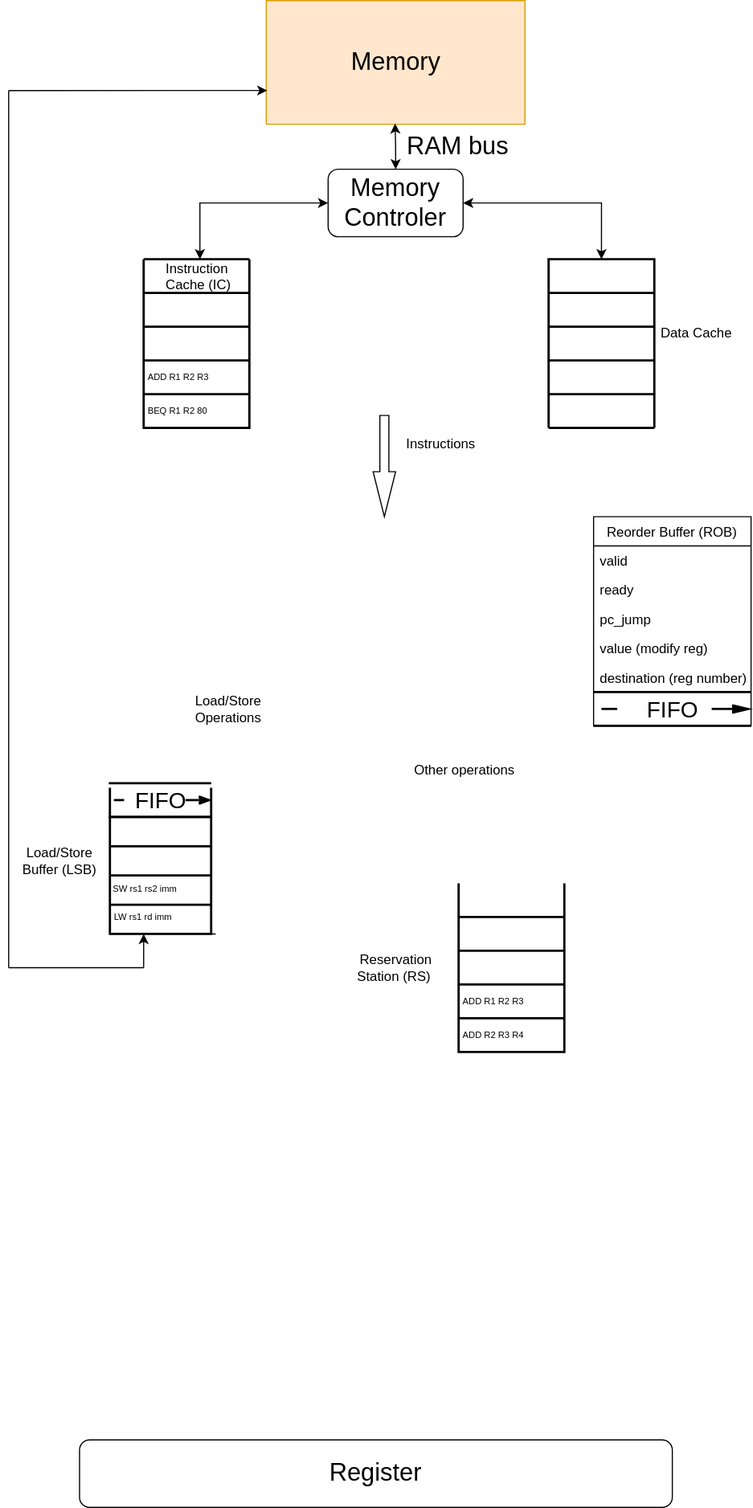
Earlier version of the draw.io export design.svg (Vexoben/RISCV-CPU-for-Course). Source tidied: cells renumbered, new cells last; positions are measured from the earlier drawing's top-left corner, leaving out a move shared by most shapes.
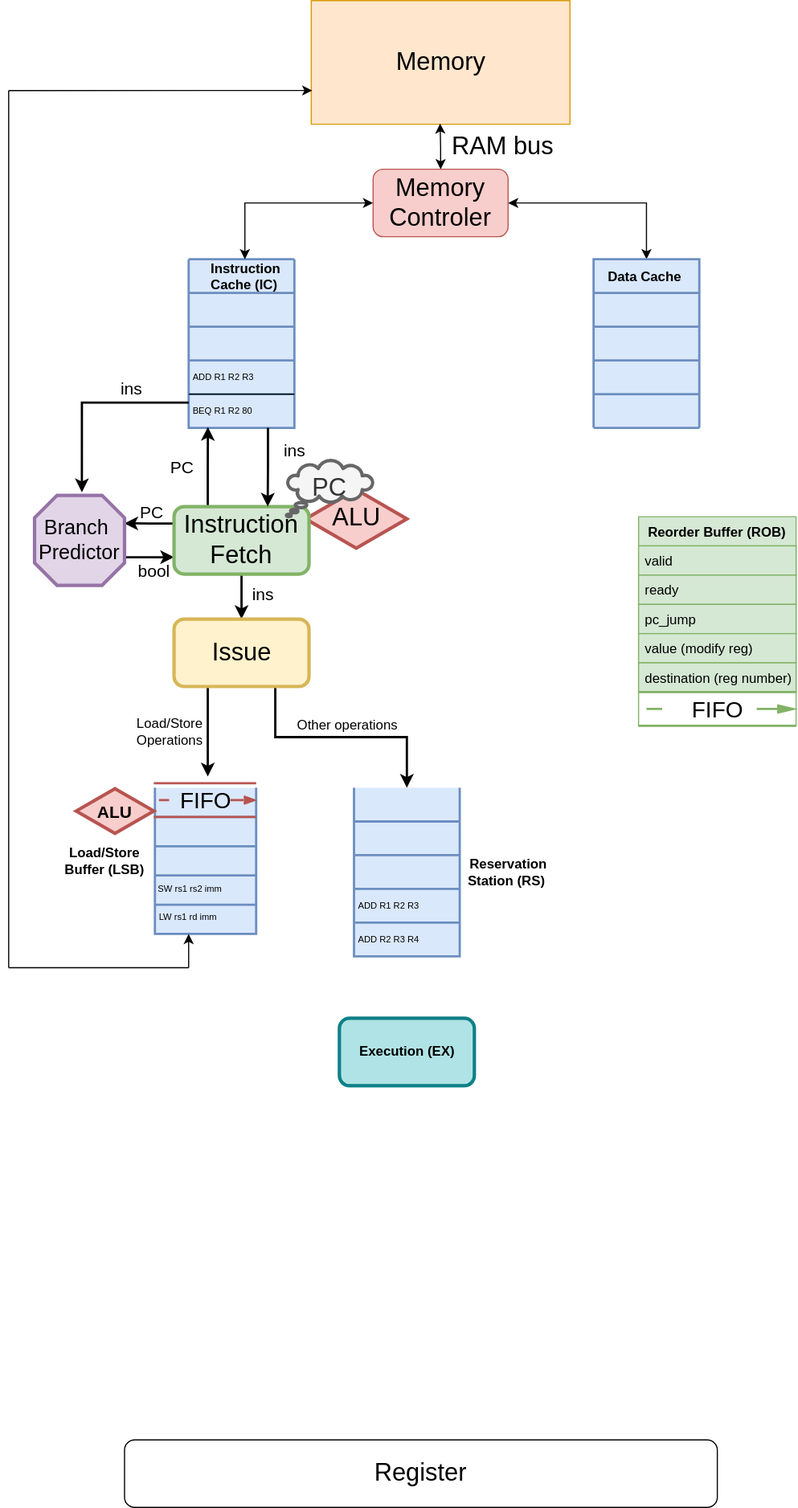
After the change.

The edit, as a diff of the source:
```diff
@@ -4,3 +4,6 @@
     <mxCell id="1" parent="0" />
+    <mxCell id="46" style="html=1;whiteSpace=wrap;shape=isoRectangle;labelBackgroundColor=#DAE8FC;strokeWidth=3;fontSize=22;fillColor=#f8cecc;strokeColor=#b85450;" parent="1" vertex="1">
+      <mxGeometry x="224" y="433.9" width="90" height="54" as="geometry" />
+    </mxCell>
-    <mxCell id="2" style="strokeWidth=2;html=1;shape=mxgraph.lean_mapping.data_box;html=1;rotation=-180;" parent="1" vertex="1">
+    <mxCell id="2" style="strokeWidth=2;html=1;shape=mxgraph.lean_mapping.data_box;html=1;rotation=-180;fillColor=#dae8fc;strokeColor=#6c8ebf;" parent="1" vertex="1">
       <mxGeometry x="120" y="230" width="94" height="150" as="geometry" />
@@ -16,33 +19,27 @@
     </mxCell>
-    <mxCell id="6" value="Instruction&#10;Cache (IC)&#10;" style="text;strokeColor=none;fillColor=none;align=left;verticalAlign=middle;spacingLeft=4;spacingRight=4;overflow=hidden;points=[[0,0.5],[1,0.5]];portConstraint=eastwest;" parent="2" vertex="1">
+    <mxCell id="6" value="Instruction&#10;Cache (IC)&#10;" style="text;strokeColor=none;fillColor=none;align=left;verticalAlign=middle;spacingLeft=4;spacingRight=4;overflow=hidden;points=[[0,0.5],[1,0.5]];portConstraint=eastwest;fontStyle=1;" parent="2" vertex="1">
       <mxGeometry x="14" width="80" height="30" as="geometry" />
     </mxCell>
-    <mxCell id="7" style="endArrow=none;html=1;rounded=0;strokeWidth=2;fontSize=22;exitX=1;exitY=1;exitDx=0;exitDy=0;entryX=1;entryY=-0.002;entryDx=0;entryDy=0;entryPerimeter=0;" parent="2" edge="1" source="2" target="6">
+    <mxCell id="7" style="endArrow=none;html=1;rounded=0;strokeWidth=2;fontSize=22;exitX=1;exitY=1;exitDx=0;exitDy=0;entryX=1;entryY=-0.002;entryDx=0;entryDy=0;entryPerimeter=0;strokeColor=#6C8EBF;" parent="2" edge="1" source="2" target="6">
       <mxGeometry relative="1" as="geometry" />
     </mxCell>
-    <mxCell id="8" style="html=1;shadow=0;dashed=0;align=center;verticalAlign=middle;shape=mxgraph.arrows2.arrow;dy=0.6;dx=40;direction=south;notch=0;" parent="1" vertex="1">
-      <mxGeometry x="324" y="368.9" width="20" height="90" as="geometry" />
-    </mxCell>
-    <mxCell id="9" value="Instructions" style="text;html=1;align=center;verticalAlign=middle;strokeColor=none;fillColor=none;" parent="1" vertex="1">
-      <mxGeometry x="344" y="380" width="80" height="30" as="geometry" />
-    </mxCell>
-    <mxCell id="10" value="Reorder Buffer (ROB)" style="swimlane;fontStyle=0;horizontal=1;startSize=26;fillColor=none;" parent="1" vertex="1">
+    <mxCell id="10" value="Reorder Buffer (ROB)" style="swimlane;fontStyle=1;horizontal=1;startSize=26;fillColor=#d5e8d4;strokeColor=#82b366;" parent="1" vertex="1">
       <mxGeometry x="520" y="458.9" width="140" height="186" as="geometry" />
     </mxCell>
-    <mxCell id="11" value="valid" style="text;strokeColor=none;fillColor=none;align=left;verticalAlign=top;spacingLeft=4;spacingRight=4;overflow=hidden;" parent="10" vertex="1">
+    <mxCell id="11" value="valid" style="text;strokeColor=#82b366;fillColor=#d5e8d4;align=left;verticalAlign=top;spacingLeft=4;spacingRight=4;overflow=hidden;" parent="10" vertex="1">
       <mxGeometry y="26" width="140" height="26" as="geometry" />
     </mxCell>
-    <mxCell id="12" value="ready" style="text;strokeColor=none;fillColor=none;align=left;verticalAlign=top;spacingLeft=4;spacingRight=4;overflow=hidden;" parent="10" vertex="1">
+    <mxCell id="12" value="ready" style="text;strokeColor=#82b366;fillColor=#d5e8d4;align=left;verticalAlign=top;spacingLeft=4;spacingRight=4;overflow=hidden;" parent="10" vertex="1">
       <mxGeometry y="52" width="140" height="26" as="geometry" />
     </mxCell>
-    <mxCell id="13" value="pc_jump" style="text;strokeColor=none;fillColor=none;align=left;verticalAlign=top;spacingLeft=4;spacingRight=4;overflow=hidden;" parent="10" vertex="1">
+    <mxCell id="13" value="pc_jump" style="text;strokeColor=#82b366;fillColor=#d5e8d4;align=left;verticalAlign=top;spacingLeft=4;spacingRight=4;overflow=hidden;" parent="10" vertex="1">
       <mxGeometry y="78" width="140" height="26" as="geometry" />
     </mxCell>
-    <mxCell id="14" value="value (modify reg)" style="text;strokeColor=none;fillColor=none;align=left;verticalAlign=top;spacingLeft=4;spacingRight=4;overflow=hidden;" parent="10" vertex="1">
+    <mxCell id="14" value="value (modify reg)" style="text;strokeColor=#82b366;fillColor=#d5e8d4;align=left;verticalAlign=top;spacingLeft=4;spacingRight=4;overflow=hidden;" parent="10" vertex="1">
       <mxGeometry y="104" width="140" height="26" as="geometry" />
     </mxCell>
-    <mxCell id="15" value="destination (reg number)" style="text;strokeColor=none;fillColor=none;align=left;verticalAlign=top;spacingLeft=4;spacingRight=4;overflow=hidden;" parent="10" vertex="1">
+    <mxCell id="15" value="destination (reg number)" style="text;strokeColor=#82b366;fillColor=#d5e8d4;align=left;verticalAlign=top;spacingLeft=4;spacingRight=4;overflow=hidden;" parent="10" vertex="1">
       <mxGeometry y="130" width="140" height="26" as="geometry" />
     </mxCell>
-    <mxCell id="16" value="FIFO" style="strokeWidth=2;html=1;shape=mxgraph.lean_mapping.fifo_sequence_flow;fontStyle=0;fontSize=20;align=center;" parent="10" vertex="1">
+    <mxCell id="16" value="FIFO" style="strokeWidth=2;html=1;shape=mxgraph.lean_mapping.fifo_sequence_flow;fontStyle=0;fontSize=20;align=center;fillColor=#d5e8d4;strokeColor=#82b366;" parent="10" vertex="1">
       <mxGeometry y="156" width="140" height="30" as="geometry" />
@@ -55,6 +52,6 @@
     </mxCell>
-    <mxCell id="19" style="strokeWidth=2;html=1;shape=mxgraph.lean_mapping.data_box;html=1;rotation=-180;" parent="1" vertex="1">
+    <mxCell id="19" style="strokeWidth=2;html=1;shape=mxgraph.lean_mapping.data_box;html=1;rotation=-180;fillColor=#dae8fc;strokeColor=#6c8ebf;" parent="1" vertex="1">
       <mxGeometry x="90" y="700" width="90" height="130" as="geometry" />
     </mxCell>
-    <mxCell id="20" value="Load/Store&lt;br&gt;Buffer (LSB)" style="text;html=1;align=center;verticalAlign=middle;strokeColor=none;fillColor=none;" parent="1" vertex="1">
+    <mxCell id="20" value="Load/Store&lt;br&gt;Buffer (LSB)" style="text;html=1;align=center;verticalAlign=middle;strokeColor=none;fillColor=none;fontStyle=1;" parent="1" vertex="1">
       <mxGeometry y="745" width="90" height="40" as="geometry" />
@@ -64,4 +61,6 @@
     </mxCell>
-    <mxCell id="22" style="endArrow=none;html=1;rounded=0;entryX=1;entryY=1;entryDx=0;entryDy=0;exitX=0;exitY=1;exitDx=0;exitDy=0;" parent="1" edge="1" source="21" target="21">
-      <mxGeometry relative="1" as="geometry" />
+    <mxCell id="22" style="endArrow=none;html=1;rounded=0;exitX=0;exitY=1;exitDx=0;exitDy=0;strokeColor=#6C8EBF;" parent="1" edge="1" source="21">
+      <mxGeometry relative="1" as="geometry">
+        <mxPoint x="180" y="830" as="targetPoint" />
+      </mxGeometry>
     </mxCell>
@@ -72,3 +71,3 @@
       <mxGeometry relative="1" as="geometry">
-        <mxPoint y="860" as="sourcePoint" />
+        <mxPoint x="-40" y="860" as="sourcePoint" />
         <mxPoint x="120" y="860" as="targetPoint" />
@@ -78,4 +77,7 @@
       <mxGeometry relative="1" as="geometry">
-        <mxPoint y="860" as="sourcePoint" />
-        <mxPoint y="80" as="targetPoint" />
+        <mxPoint x="-40" y="860" as="sourcePoint" />
+        <mxPoint x="-40" y="80" as="targetPoint" />
+        <Array as="points">
+          <mxPoint x="-40" y="470" />
+        </Array>
       </mxGeometry>
@@ -84,3 +86,3 @@
       <mxGeometry relative="1" as="geometry">
-        <mxPoint y="80" as="sourcePoint" />
+        <mxPoint x="-40" y="80" as="sourcePoint" />
       </mxGeometry>
@@ -93,5 +95,8 @@
     </mxCell>
-    <mxCell id="28" style="strokeWidth=2;html=1;shape=mxgraph.lean_mapping.data_box;html=1;rotation=-180;" parent="1" vertex="1">
-      <mxGeometry x="400" y="785" width="94" height="150" as="geometry" />
+    <mxCell id="28" style="strokeWidth=2;html=1;shape=mxgraph.lean_mapping.data_box;html=1;rotation=-180;fillColor=#dae8fc;strokeColor=#6c8ebf;" parent="1" vertex="1">
+      <mxGeometry x="267" y="700" width="94" height="150" as="geometry" />
     </mxCell>
+    <mxCell id="31" value="ADD R2 R3 R4" style="text;fontSize=8;spacingLeft=2;verticalAlign=middle;html=1;rotation=0;" parent="28" vertex="1">
+      <mxGeometry y="120" width="94" height="30" as="geometry" />
+    </mxCell>
     <mxCell id="29" value="ADD R1 R2 R3" style="text;fontSize=8;spacingLeft=2;verticalAlign=middle;html=1;rotation=0;" parent="28" vertex="1">
@@ -99,16 +104,10 @@
     </mxCell>
-    <mxCell id="30" style="endArrow=none;html=1;rounded=0;entryX=1;entryY=1;entryDx=0;entryDy=0;exitX=0;exitY=1;exitDx=0;exitDy=0;" parent="28" edge="1" source="29" target="29">
-      <mxGeometry relative="1" as="geometry" />
-    </mxCell>
-    <mxCell id="31" value="ADD R2 R3 R4" style="text;fontSize=8;spacingLeft=2;verticalAlign=middle;html=1;rotation=0;" parent="28" vertex="1">
-      <mxGeometry y="120" width="94" height="30" as="geometry" />
-    </mxCell>
-    <mxCell id="32" value="Reservation&lt;br&gt;Station (RS)&amp;nbsp;" style="text;html=1;align=center;verticalAlign=middle;strokeColor=none;fillColor=none;" parent="1" vertex="1">
-      <mxGeometry x="299" y="840" width="90" height="40" as="geometry" />
+    <mxCell id="32" value="Reservation&lt;br&gt;Station (RS)&amp;nbsp;" style="text;html=1;align=center;verticalAlign=middle;strokeColor=none;fillColor=none;fontStyle=1;" parent="1" vertex="1">
+      <mxGeometry x="354" y="755" width="100" height="40" as="geometry" />
     </mxCell>
     <mxCell id="33" value="Load/Store&lt;br&gt;Operations" style="text;html=1;align=center;verticalAlign=middle;strokeColor=none;fillColor=none;" parent="1" vertex="1">
-      <mxGeometry x="155" y="610" width="80" height="40" as="geometry" />
+      <mxGeometry x="63" y="630" width="80" height="40" as="geometry" />
     </mxCell>
     <mxCell id="34" value="Other operations" style="text;html=1;align=center;verticalAlign=middle;strokeColor=none;fillColor=none;" parent="1" vertex="1">
-      <mxGeometry x="350" y="670" width="110" height="30" as="geometry" />
+      <mxGeometry x="206" y="630" width="110" height="30" as="geometry" />
     </mxCell>
@@ -123,6 +122,6 @@
     </mxCell>
-    <mxCell id="38" value="Memory&lt;br&gt;Controler" style="rounded=1;whiteSpace=wrap;html=1;fontSize=22;" parent="1" vertex="1">
+    <mxCell id="38" value="Memory&lt;br&gt;Controler" style="rounded=1;whiteSpace=wrap;html=1;fontSize=22;fillColor=#f8cecc;strokeColor=#b85450;" parent="1" vertex="1">
       <mxGeometry x="284" y="150" width="120" height="60" as="geometry" />
     </mxCell>
-    <mxCell id="39" value="FIFO" style="strokeWidth=2;html=1;shape=mxgraph.lean_mapping.fifo_sequence_flow;fontStyle=0;fontSize=20;align=center;" parent="1" vertex="1">
+    <mxCell id="39" value="FIFO" style="strokeWidth=2;html=1;shape=mxgraph.lean_mapping.fifo_sequence_flow;fontStyle=0;fontSize=20;align=center;fillColor=#f8cecc;strokeColor=#b85450;" parent="1" vertex="1">
       <mxGeometry x="89" y="696" width="91" height="30" as="geometry" />
@@ -135,6 +134,6 @@
     </mxCell>
-    <mxCell id="42" style="strokeWidth=2;html=1;shape=mxgraph.lean_mapping.data_box;html=1;rotation=0;" parent="1" vertex="1">
+    <mxCell id="42" style="strokeWidth=2;html=1;shape=mxgraph.lean_mapping.data_box;html=1;rotation=0;fillColor=#dae8fc;strokeColor=#6c8ebf;" parent="1" vertex="1">
       <mxGeometry x="480" y="230" width="94" height="150" as="geometry" />
     </mxCell>
-    <mxCell id="43" style="endArrow=none;html=1;rounded=0;entryX=1;entryY=1;entryDx=0;entryDy=0;exitX=0;exitY=1;exitDx=0;exitDy=0;" parent="42" edge="1">
+    <mxCell id="43" style="endArrow=none;html=1;rounded=0;entryX=1;entryY=1;entryDx=0;entryDy=0;exitX=0;exitY=1;exitDx=0;exitDy=0;strokeColor=#6C8EBF;" parent="42" edge="1">
       <mxGeometry relative="1" as="geometry">
@@ -144,6 +143,6 @@
     </mxCell>
-    <mxCell id="44" value="Data Cache" style="text;strokeColor=none;fillColor=none;align=left;verticalAlign=middle;spacingLeft=4;spacingRight=4;overflow=hidden;" parent="1" vertex="1">
-      <mxGeometry x="574" y="280" width="80" height="30" as="geometry" />
+    <mxCell id="44" value="Data Cache" style="text;strokeColor=none;fillColor=none;align=left;verticalAlign=middle;spacingLeft=4;spacingRight=4;overflow=hidden;fontStyle=1;" parent="42" vertex="1">
+      <mxGeometry x="7" width="80" height="30" as="geometry" />
     </mxCell>
-    <mxCell id="45" style="endArrow=none;html=1;rounded=0;fontSize=22;exitX=0;exitY=1;exitDx=0;exitDy=0;strokeWidth=2;" parent="1" edge="1" source="42">
+    <mxCell id="45" style="endArrow=none;html=1;rounded=0;fontSize=22;exitX=0;exitY=1;exitDx=0;exitDy=0;strokeWidth=2;strokeColor=#6C8EBF;" parent="1" edge="1" source="42">
       <mxGeometry relative="1" as="geometry">
@@ -152,2 +151,79 @@
     </mxCell>
+    <mxCell id="47" style="edgeStyle=orthogonalEdgeStyle;rounded=0;jettySize=auto;html=1;exitX=0.25;exitY=0;exitDx=0;exitDy=0;entryX=0.182;entryY=0.973;entryDx=0;entryDy=0;entryPerimeter=0;strokeWidth=2;fontSize=22;startArrow=none;startFill=0;" parent="1" edge="1" source="51" target="5">
+      <mxGeometry relative="1" as="geometry" />
+    </mxCell>
+    <mxCell id="48" style="edgeStyle=orthogonalEdgeStyle;rounded=0;jettySize=auto;html=1;exitX=0;exitY=0.25;exitDx=0;exitDy=0;strokeColor=#000000;strokeWidth=2;fontSize=18;startArrow=none;startFill=0;entryX=0.998;entryY=0.311;entryDx=0;entryDy=0;entryPerimeter=0;fontColor=#000000;" parent="1" edge="1" source="51" target="56">
+      <mxGeometry relative="1" as="geometry" />
+    </mxCell>
+    <mxCell id="49" style="edgeStyle=orthogonalEdgeStyle;rounded=0;jettySize=auto;html=1;exitX=0;exitY=0.75;exitDx=0;exitDy=0;entryX=0.997;entryY=0.688;entryDx=0;entryDy=0;entryPerimeter=0;strokeColor=#000000;strokeWidth=2;fontSize=15;fontColor=#000000;startArrow=classic;startFill=1;endArrow=none;endFill=0;" parent="1" edge="1" source="51" target="56">
+      <mxGeometry relative="1" as="geometry" />
+    </mxCell>
+    <mxCell id="50" style="edgeStyle=orthogonalEdgeStyle;rounded=0;jettySize=auto;html=1;exitX=0.5;exitY=1;exitDx=0;exitDy=0;entryX=0.5;entryY=0;entryDx=0;entryDy=0;strokeColor=#000000;strokeWidth=2;fontSize=22;fontColor=#000000;startArrow=none;startFill=0;endArrow=classic;endFill=1;" parent="1" edge="1" source="51" target="64">
+      <mxGeometry relative="1" as="geometry" />
+    </mxCell>
+    <mxCell id="51" value="Instruction&lt;br&gt;Fetch" style="rounded=1;whiteSpace=wrap;html=1;strokeWidth=3;fontSize=22;fillColor=#d5e8d4;strokeColor=#82b366;" parent="1" vertex="1">
+      <mxGeometry x="107" y="450" width="120" height="60" as="geometry" />
+    </mxCell>
+    <mxCell id="52" value="PC" style="whiteSpace=wrap;html=1;shape=mxgraph.basic.cloud_callout;strokeWidth=3;fontSize=22;fillColor=#f5f5f5;fontColor=#333333;strokeColor=#666666;" parent="1" vertex="1">
+      <mxGeometry x="207" y="408.9" width="77" height="50" as="geometry" />
+    </mxCell>
+    <mxCell id="53" style="edgeStyle=orthogonalEdgeStyle;rounded=0;jettySize=auto;html=1;exitX=0.75;exitY=1;exitDx=0;exitDy=0;entryX=0.694;entryY=0;entryDx=0;entryDy=0;entryPerimeter=0;strokeWidth=2;fontSize=22;startArrow=none;startFill=0;" parent="1" edge="1" source="5" target="51">
+      <mxGeometry relative="1" as="geometry" />
+    </mxCell>
+    <mxCell id="54" value="ins" style="text;html=1;align=center;verticalAlign=middle;strokeColor=none;fillColor=none;fontSize=15;" parent="1" vertex="1">
+      <mxGeometry x="194" y="385" width="40" height="30" as="geometry" />
+    </mxCell>
+    <mxCell id="55" value="&lt;font style=&quot;font-size: 15px;&quot;&gt;PC&lt;/font&gt;" style="text;html=1;align=center;verticalAlign=middle;strokeColor=none;fillColor=none;fontSize=22;" parent="1" vertex="1">
+      <mxGeometry x="94" y="393.9" width="40" height="40" as="geometry" />
+    </mxCell>
+    <mxCell id="56" style="verticalLabelPosition=bottom;verticalAlign=top;html=1;shape=mxgraph.basic.polygon;polyCoords=[[0.25,0],[0.75,0],[1,0.25],[1,0.75],[0.75,1],[0.25,1],[0,0.75],[0,0.25]];polyline=0;labelBackgroundColor=#DAE8FC;strokeWidth=3;fontSize=22;fillColor=#e1d5e7;strokeColor=#9673a6;" parent="1" vertex="1">
+      <mxGeometry x="-17" y="440" width="80" height="80" as="geometry" />
+    </mxCell>
+    <mxCell id="57" value="Branch&lt;br style=&quot;font-size: 18px;&quot;&gt;&amp;nbsp;Predictor" style="text;html=1;align=center;verticalAlign=middle;strokeColor=none;fillColor=none;fontSize=18;" parent="1" vertex="1">
+      <mxGeometry x="-30" y="450" width="100" height="60" as="geometry" />
+    </mxCell>
+    <mxCell id="58" value="&lt;font style=&quot;font-size: 15px;&quot;&gt;PC&lt;/font&gt;" style="text;html=1;align=center;verticalAlign=middle;strokeColor=none;fillColor=none;fontSize=22;" parent="1" vertex="1">
+      <mxGeometry x="67" y="433.9" width="40" height="40" as="geometry" />
+    </mxCell>
+    <mxCell id="59" value="bool" style="text;html=1;align=center;verticalAlign=middle;strokeColor=none;fillColor=none;fontSize=15;fontColor=#000000;" parent="1" vertex="1">
+      <mxGeometry x="64" y="492" width="50" height="30" as="geometry" />
+    </mxCell>
+    <mxCell id="60" style="edgeStyle=orthogonalEdgeStyle;rounded=0;jettySize=auto;html=1;exitX=0;exitY=0.25;exitDx=0;exitDy=0;entryX=0.526;entryY=-0.035;entryDx=0;entryDy=0;entryPerimeter=0;strokeColor=#000000;strokeWidth=2;fontSize=15;fontColor=#000000;startArrow=none;startFill=0;endArrow=classic;endFill=1;" parent="1" edge="1" source="5" target="56">
+      <mxGeometry relative="1" as="geometry" />
+    </mxCell>
+    <mxCell id="61" value="ins" style="text;html=1;align=center;verticalAlign=middle;strokeColor=none;fillColor=none;fontSize=15;" parent="1" vertex="1">
+      <mxGeometry x="49" y="330" width="40" height="30" as="geometry" />
+    </mxCell>
+    <mxCell id="62" style="edgeStyle=orthogonalEdgeStyle;rounded=0;jettySize=auto;html=1;exitX=0.25;exitY=1;exitDx=0;exitDy=0;strokeColor=#000000;strokeWidth=2;fontSize=22;fontColor=#000000;startArrow=none;startFill=0;endArrow=classic;endFill=1;" parent="1" edge="1" source="64">
+      <mxGeometry relative="1" as="geometry">
+        <mxPoint x="137" y="690" as="targetPoint" />
+      </mxGeometry>
+    </mxCell>
+    <mxCell id="63" style="edgeStyle=orthogonalEdgeStyle;rounded=0;jettySize=auto;html=1;exitX=0.75;exitY=1;exitDx=0;exitDy=0;entryX=0.5;entryY=1;entryDx=0;entryDy=0;strokeColor=#000000;strokeWidth=2;fontSize=22;fontColor=#000000;startArrow=none;startFill=0;endArrow=classic;endFill=1;" parent="1" edge="1" source="64" target="28">
+      <mxGeometry relative="1" as="geometry" />
+    </mxCell>
+    <mxCell id="64" style="rounded=1;whiteSpace=wrap;html=1;labelBackgroundColor=#DAE8FC;strokeWidth=3;fontSize=22;fillColor=#fff2cc;strokeColor=#d6b656;" parent="1" vertex="1">
+      <mxGeometry x="107" y="550" width="120" height="60" as="geometry" />
+    </mxCell>
+    <mxCell id="65" value="Issue" style="text;html=1;align=center;verticalAlign=middle;strokeColor=none;fillColor=none;fontSize=22;fontColor=#000000;" parent="1" vertex="1">
+      <mxGeometry x="127" y="560" width="80" height="40" as="geometry" />
+    </mxCell>
+    <mxCell id="66" value="ins" style="text;html=1;align=center;verticalAlign=middle;strokeColor=none;fillColor=none;fontSize=15;" parent="1" vertex="1">
+      <mxGeometry x="166" y="513" width="40" height="30" as="geometry" />
+    </mxCell>
+    <mxCell id="67" value="ALU" style="text;html=1;align=center;verticalAlign=middle;strokeColor=none;fillColor=none;fontSize=22;fontColor=#000000;" parent="1" vertex="1">
+      <mxGeometry x="234" y="440" width="70" height="40" as="geometry" />
+    </mxCell>
+    <mxCell id="68" style="html=1;whiteSpace=wrap;shape=isoRectangle;labelBackgroundColor=#DAE8FC;strokeWidth=3;fontSize=22;fillColor=#f8cecc;strokeColor=#b85450;" parent="1" vertex="1">
+      <mxGeometry x="20" y="700" width="69" height="41.4" as="geometry" />
+    </mxCell>
+    <mxCell id="69" value="ALU" style="text;html=1;align=center;verticalAlign=middle;strokeColor=none;fillColor=none;fontSize=15;fontColor=#000000;fontStyle=1;" parent="1" vertex="1">
+      <mxGeometry x="29" y="705.7" width="50" height="30" as="geometry" />
+    </mxCell>
+    <mxCell id="70" style="rounded=1;whiteSpace=wrap;html=1;labelBackgroundColor=#DAE8FC;strokeWidth=3;fontSize=15;fillColor=#b0e3e6;strokeColor=#0e8088;" parent="1" vertex="1">
+      <mxGeometry x="254" y="905" width="120" height="60" as="geometry" />
+    </mxCell>
+    <mxCell id="71" value="Execution (EX)" style="text;html=1;align=center;verticalAlign=middle;strokeColor=none;fillColor=none;fontStyle=1;" parent="1" vertex="1">
+      <mxGeometry x="259" y="920" width="110" height="30" as="geometry" />
+    </mxCell>
   </root>
```
